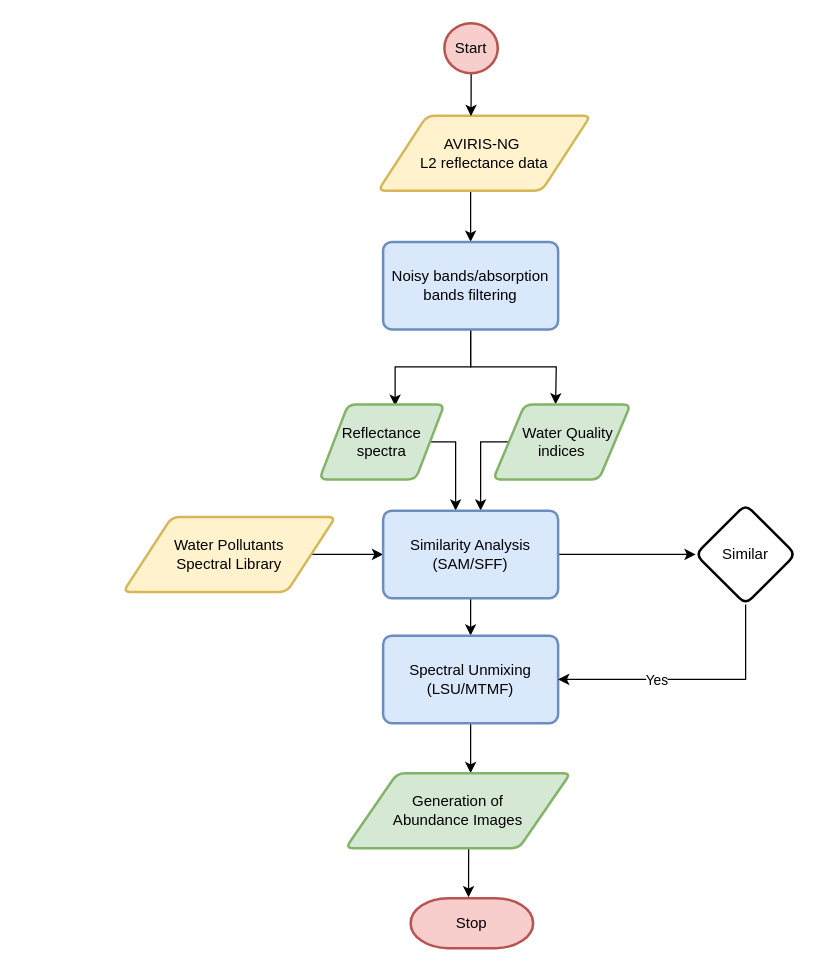
This is Hyperspectral_water.drawio from rachitiirs/Hyperspectral_water, a draw.io file, before an edit. Source tidied: cells renumbered, new cells numbered last; positions are measured from the earlier drawing's top-left corner, leaving out a move shared by most shapes. Both pictures are drawn from the tidied source at 125%, with x=0, y=0 at pixel (122, 22).
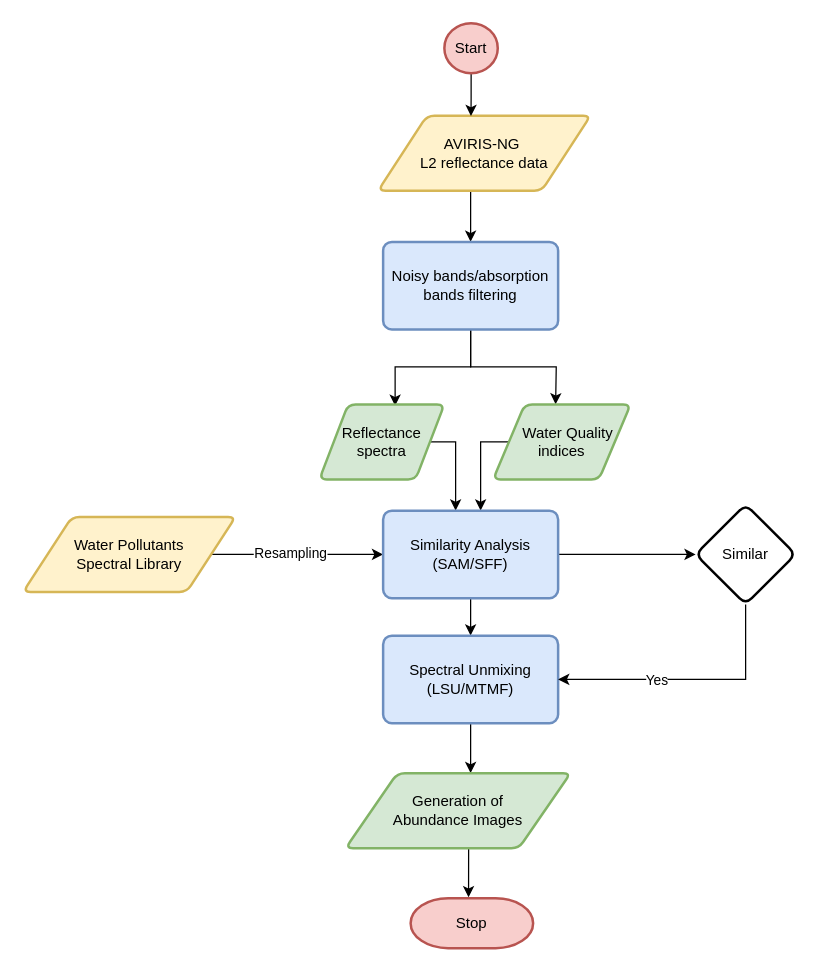
The same diagram, later.

Unchanged cells that the change refers to:
```xml
<mxCell id="7" style="edgeStyle=orthogonalEdgeStyle;rounded=0;jettySize=auto;html=1;entryX=0;entryY=0.5;entryDx=0;entryDy=0;" parent="1" edge="1" source="8" target="17">
  <mxGeometry relative="1" as="geometry" />
</mxCell>
```

What changed in the source:
```diff
@@
+    <mxCell id="26" value="Resampling" style="edgeLabel;html=1;align=center;verticalAlign=middle;" parent="7" vertex="1">
+      <mxGeometry x="-0.08" y="2" relative="1" as="geometry" />
+    </mxCell>
     <mxCell id="8" value="Water Pollutants &lt;br&gt;Spectral Library" style="shape=parallelogram;html=1;strokeWidth=2;perimeter=parallelogramPerimeter;whiteSpace=wrap;rounded=1;arcSize=12;size=0.23;fillColor=#fff2cc;strokeColor=#d6b656;" parent="1" vertex="1">
-      <mxGeometry y="395" width="170" height="60" as="geometry" />
+      <mxGeometry x="-80" y="395" width="170" height="60" as="geometry" />
     </mxCell>
```
